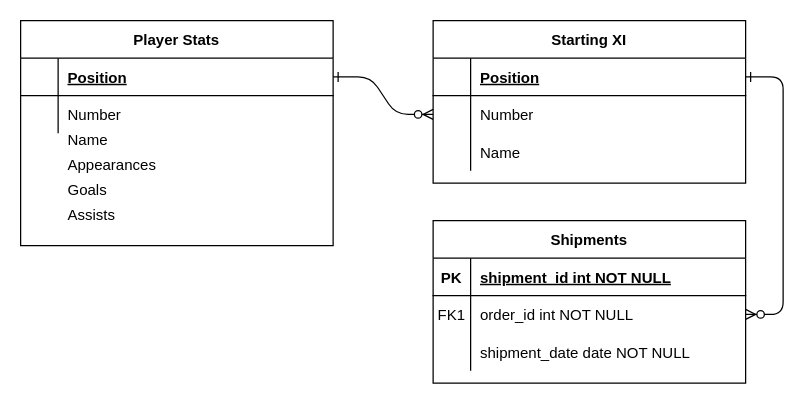
Before: ERD/FirstERD.drawio in Imran-Subhan/Hobby-Project, a draw.io diagram. Source tidied: cells renumbered, new cells numbered last; positions are measured from the earlier drawing's top-left corner, leaving out a move shared by most shapes. Both pictures are drawn from the tidied source at 125%, with x=0, y=0 at pixel (20, 20).
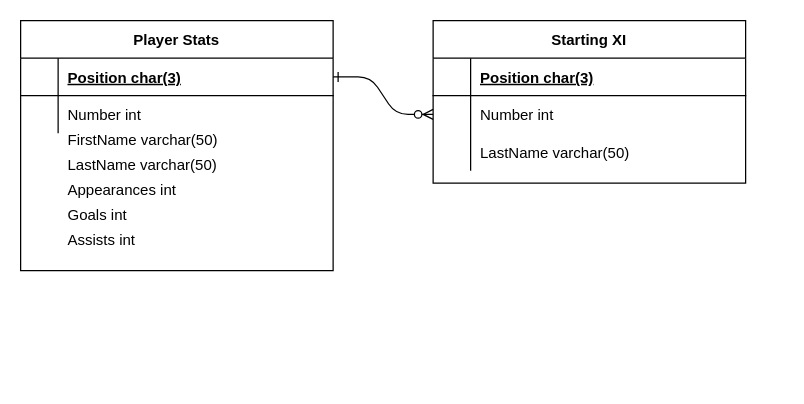
The same page after the edit.

The change refers to these unchanged cells:
```xml
<mxCell id="5" style="shape=partialRectangle;fillColor=none;points=[[0,0.5],[1,0.5]];portConstraint=eastwest;top=0;left=0;right=0;bottom=1;" parent="4" vertex="1">
  <mxGeometry y="30" width="250" height="30" as="geometry" />
</mxCell>
<mxCell id="8" style="shape=partialRectangle;fillColor=none;points=[[0,0.5],[1,0.5]];portConstraint=eastwest;top=0;left=0;right=0;bottom=0;" parent="4" vertex="1">
  <mxGeometry y="60" width="250" height="30" as="geometry" />
</mxCell>
<mxCell id="11" style="shape=partialRectangle;fillColor=none;top=0;left=0;right=0;bottom=0;" parent="4" vertex="1">
  <mxGeometry y="90" width="250" height="30" as="geometry" />
</mxCell>
<mxCell id="25" style="shape=partialRectangle;fillColor=none;points=[[0,0.5],[1,0.5]];portConstraint=eastwest;top=0;left=0;right=0;bottom=1;" parent="24" vertex="1">
  <mxGeometry y="30" width="250" height="30" as="geometry" />
</mxCell>
<mxCell id="28" style="shape=partialRectangle;fillColor=none;top=0;left=0;right=0;bottom=0;" parent="24" vertex="1">
  <mxGeometry y="60" width="250" height="30" as="geometry" />
</mxCell>
<mxCell id="31" style="shape=partialRectangle;fillColor=none;top=0;left=0;right=0;bottom=0;" parent="1" vertex="1">
  <mxGeometry y="80" width="250" height="30" as="geometry" />
</mxCell>
```

What changed in the source:
```diff
@@
-    <mxCell id="3" style="edgeStyle=entityRelationEdgeStyle;endArrow=ERzeroToMany;startArrow=ERone;endFill=1;startFill=0;" parent="1" edge="1" source="5" target="18">
-      <mxGeometry relative="1" as="geometry" />
-    </mxCell>
@@
-    <mxCell id="7" value="Position" style="shape=partialRectangle;overflow=hidden;fillColor=none;top=0;left=0;bottom=0;right=0;align=left;spacingLeft=6;fontStyle=5;" parent="5" vertex="1">
+    <mxCell id="7" value="Position char(3)" style="shape=partialRectangle;overflow=hidden;fillColor=none;top=0;left=0;bottom=0;right=0;align=left;spacingLeft=6;fontStyle=5;" parent="5" vertex="1">
       <mxGeometry x="30" width="220" height="30" as="geometry" />
     </mxCell>
@@
-    <mxCell id="10" value="Number" style="shape=partialRectangle;overflow=hidden;fillColor=none;top=0;left=0;bottom=0;right=0;align=left;spacingLeft=6;" parent="8" vertex="1">
+    <mxCell id="10" value="Number int" style="shape=partialRectangle;overflow=hidden;fillColor=none;top=0;left=0;bottom=0;right=0;align=left;spacingLeft=6;" parent="8" vertex="1">
       <mxGeometry x="30" width="220" height="30" as="geometry" />
     </mxCell>
@@
-    <mxCell id="13" value="Name" style="shape=partialRectangle;overflow=hidden;fillColor=none;top=0;left=0;bottom=0;right=0;align=left;spacingLeft=6;" parent="11" vertex="1">
+    <mxCell id="13" value="LastName varchar(50)" style="shape=partialRectangle;overflow=hidden;fillColor=none;top=0;left=0;bottom=0;right=0;align=left;spacingLeft=6;" parent="11" vertex="1">
       <mxGeometry x="30" width="220" height="30" as="geometry" />
     </mxCell>
-    <mxCell id="14" value="Shipments" style="shape=table;startSize=30;childLayout=tableLayout;rowLines=0;fontStyle=1;align=center;" parent="1" vertex="1">
-      <mxGeometry x="330" y="160" width="250" height="130" as="geometry" />
-    </mxCell>
-    <mxCell id="15" style="shape=partialRectangle;fillColor=none;top=0;left=0;right=0;bottom=1;" parent="14" vertex="1">
-      <mxGeometry y="30" width="250" height="30" as="geometry" />
-    </mxCell>
-    <mxCell id="16" value="PK" style="shape=partialRectangle;overflow=hidden;fillColor=none;top=0;left=0;bottom=0;right=0;fontStyle=1;" parent="15" vertex="1">
-      <mxGeometry width="30" height="30" as="geometry" />
-    </mxCell>
-    <mxCell id="17" value="shipment_id int NOT NULL " style="shape=partialRectangle;overflow=hidden;fillColor=none;top=0;left=0;bottom=0;right=0;align=left;spacingLeft=6;fontStyle=5;" parent="15" vertex="1">
-      <mxGeometry x="30" width="220" height="30" as="geometry" />
-    </mxCell>
-    <mxCell id="18" style="shape=partialRectangle;fillColor=none;points=[[0,0.5],[1,0.5]];portConstraint=eastwest;top=0;left=0;right=0;bottom=0;" parent="14" vertex="1">
-      <mxGeometry y="60" width="250" height="30" as="geometry" />
-    </mxCell>
-    <mxCell id="19" value="FK1" style="shape=partialRectangle;overflow=hidden;fillColor=none;top=0;left=0;bottom=0;right=0;" parent="18" vertex="1">
-      <mxGeometry width="30" height="30" as="geometry" />
-    </mxCell>
-    <mxCell id="20" value="order_id int NOT NULL" style="shape=partialRectangle;overflow=hidden;fillColor=none;top=0;left=0;bottom=0;right=0;align=left;spacingLeft=6;" parent="18" vertex="1">
-      <mxGeometry x="30" width="220" height="30" as="geometry" />
-    </mxCell>
-    <mxCell id="21" style="shape=partialRectangle;fillColor=none;top=0;left=0;right=0;bottom=0;" parent="14" vertex="1">
-      <mxGeometry y="90" width="250" height="30" as="geometry" />
-    </mxCell>
-    <mxCell id="22" style="shape=partialRectangle;overflow=hidden;fillColor=none;top=0;left=0;bottom=0;right=0;" parent="21" vertex="1">
-      <mxGeometry width="30" height="30" as="geometry" />
-    </mxCell>
-    <mxCell id="23" value="shipment_date date NOT NULL" style="shape=partialRectangle;overflow=hidden;fillColor=none;top=0;left=0;bottom=0;right=0;align=left;spacingLeft=6;" parent="21" vertex="1">
-      <mxGeometry x="30" width="220" height="30" as="geometry" />
-    </mxCell>
     <mxCell id="24" value="Player Stats" style="shape=table;startSize=30;childLayout=tableLayout;rowLines=0;fontStyle=1;align=center;" parent="1" vertex="1">
-      <mxGeometry width="250" height="180" as="geometry" />
+      <mxGeometry width="250" height="200" as="geometry" />
     </mxCell>
@@
-    <mxCell id="27" value="Position" style="shape=partialRectangle;overflow=hidden;fillColor=none;top=0;left=0;bottom=0;right=0;align=left;spacingLeft=6;fontStyle=5;" parent="25" vertex="1">
+    <mxCell id="27" value="Position char(3)" style="shape=partialRectangle;overflow=hidden;fillColor=none;top=0;left=0;bottom=0;right=0;align=left;spacingLeft=6;fontStyle=5;" parent="25" vertex="1">
       <mxGeometry x="30" width="220" height="30" as="geometry" />
     </mxCell>
@@
-    <mxCell id="30" value="Number" style="shape=partialRectangle;overflow=hidden;fillColor=none;top=0;left=0;bottom=0;right=0;align=left;spacingLeft=6;" parent="28" vertex="1">
+    <mxCell id="30" value="Number int " style="shape=partialRectangle;overflow=hidden;fillColor=none;top=0;left=0;bottom=0;right=0;align=left;spacingLeft=6;" parent="28" vertex="1">
       <mxGeometry x="30" width="220" height="30" as="geometry" />
     </mxCell>
@@
-    <mxCell id="33" value="Name" style="shape=partialRectangle;overflow=hidden;fillColor=none;top=0;left=0;bottom=0;right=0;align=left;spacingLeft=6;" parent="31" vertex="1">
+    <mxCell id="33" value="FirstName varchar(50)" style="shape=partialRectangle;overflow=hidden;fillColor=none;top=0;left=0;bottom=0;right=0;align=left;spacingLeft=6;" parent="31" vertex="1">
       <mxGeometry x="30" width="220" height="30" as="geometry" />
     </mxCell>
     <mxCell id="34" style="shape=partialRectangle;fillColor=none;top=0;left=0;right=0;bottom=0;" parent="1" vertex="1">
-      <mxGeometry y="100" width="250" height="30" as="geometry" />
+      <mxGeometry y="120" width="250" height="30" as="geometry" />
     </mxCell>
@@
-    <mxCell id="36" value="Appearances " style="shape=partialRectangle;overflow=hidden;fillColor=none;top=0;left=0;bottom=0;right=0;align=left;spacingLeft=6;" parent="34" vertex="1">
+    <mxCell id="36" value="Appearances int " style="shape=partialRectangle;overflow=hidden;fillColor=none;top=0;left=0;bottom=0;right=0;align=left;spacingLeft=6;" parent="34" vertex="1">
       <mxGeometry x="30" width="220" height="30" as="geometry" />
     </mxCell>
     <mxCell id="37" style="shape=partialRectangle;fillColor=none;top=0;left=0;right=0;bottom=0;" parent="1" vertex="1">
-      <mxGeometry y="120" width="250" height="30" as="geometry" />
+      <mxGeometry y="140" width="250" height="30" as="geometry" />
     </mxCell>
@@
-    <mxCell id="39" value="Goals" style="shape=partialRectangle;overflow=hidden;fillColor=none;top=0;left=0;bottom=0;right=0;align=left;spacingLeft=6;" parent="37" vertex="1">
+    <mxCell id="39" value="Goals int" style="shape=partialRectangle;overflow=hidden;fillColor=none;top=0;left=0;bottom=0;right=0;align=left;spacingLeft=6;" parent="37" vertex="1">
       <mxGeometry x="30" width="220" height="30" as="geometry" />
     </mxCell>
     <mxCell id="40" style="shape=partialRectangle;fillColor=none;top=0;left=0;right=0;bottom=0;" parent="1" vertex="1">
-      <mxGeometry y="140" width="250" height="30" as="geometry" />
+      <mxGeometry y="160" width="250" height="30" as="geometry" />
     </mxCell>
@@
-    <mxCell id="42" value="Assists" style="shape=partialRectangle;overflow=hidden;fillColor=none;top=0;left=0;bottom=0;right=0;align=left;spacingLeft=6;" parent="40" vertex="1">
+    <mxCell id="42" value="Assists int" style="shape=partialRectangle;overflow=hidden;fillColor=none;top=0;left=0;bottom=0;right=0;align=left;spacingLeft=6;" parent="40" vertex="1">
       <mxGeometry x="30" width="220" height="30" as="geometry" />
     </mxCell>
+    <mxCell id="43" style="shape=partialRectangle;fillColor=none;top=0;left=0;right=0;bottom=0;" parent="1" vertex="1">
+      <mxGeometry y="100" width="250" height="30" as="geometry" />
+    </mxCell>
+    <mxCell id="22" style="shape=partialRectangle;overflow=hidden;fillColor=none;top=0;left=0;bottom=0;right=0;" parent="43" vertex="1">
+      <mxGeometry width="30" height="30" as="geometry" />
+    </mxCell>
+    <mxCell id="44" value="LastName varchar(50)" style="shape=partialRectangle;overflow=hidden;fillColor=none;top=0;left=0;bottom=0;right=0;align=left;spacingLeft=6;" parent="43" vertex="1">
+      <mxGeometry x="30" width="220" height="30" as="geometry" />
+    </mxCell>
```
